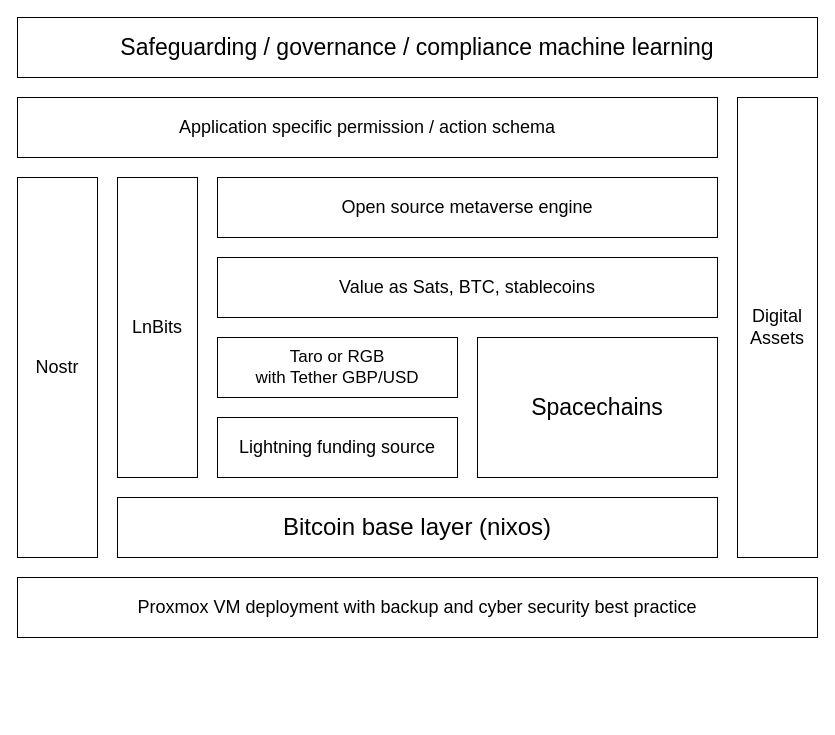
This is Book/Images/HighLevelDiagram.drawio from GMCyberFoundry/Metaverse, a draw.io file, before an edit. Source tidied: cells renumbered, new cells numbered last; positions are measured from the earlier drawing's top-left corner, leaving out a move shared by most shapes. Both pictures are drawn from the tidied source at 100%, with x=0, y=0 at pixel (17, 17).
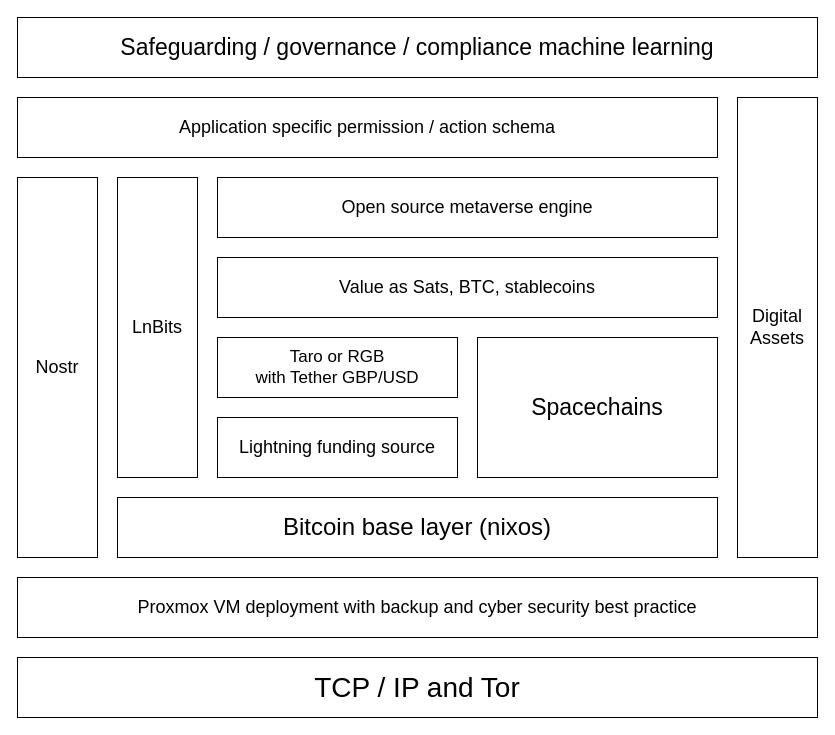
The same diagram, later.

Diff of the diagram source:
```diff
@@
 <mxGraphModel>
   <root>
     <mxCell id="0" />
     <mxCell id="1" parent="0" />
     <mxCell id="2" value="&lt;font style=&quot;font-size: 18px&quot;&gt;Application specific permission / action schema&lt;br&gt;&lt;/font&gt;" style="rounded=0;whiteSpace=wrap;html=1;" parent="1" vertex="1">
       <mxGeometry y="80" width="700" height="60" as="geometry" />
     </mxCell>
     <mxCell id="3" value="Nostr" style="rounded=0;whiteSpace=wrap;html=1;fontSize=18;" parent="1" vertex="1">
       <mxGeometry y="160" width="80" height="380" as="geometry" />
     </mxCell>
     <mxCell id="4" value="LnBits" style="rounded=0;whiteSpace=wrap;html=1;fontSize=18;" parent="1" vertex="1">
       <mxGeometry x="100" y="160" width="80" height="300" as="geometry" />
     </mxCell>
     <mxCell id="5" value="&lt;font style=&quot;font-size: 18px&quot;&gt;Open source metaverse engine&lt;/font&gt;" style="rounded=0;whiteSpace=wrap;html=1;" parent="1" vertex="1">
       <mxGeometry x="200" y="160" width="500" height="60" as="geometry" />
     </mxCell>
     <mxCell id="6" value="&lt;font style=&quot;font-size: 18px&quot;&gt;Value as Sats, BTC, stablecoins&lt;br&gt;&lt;/font&gt;" style="rounded=0;whiteSpace=wrap;html=1;" parent="1" vertex="1">
       <mxGeometry x="200" y="240" width="500" height="60" as="geometry" />
     </mxCell>
     <mxCell id="7" value="&lt;div style=&quot;font-size: 17px;&quot;&gt;&lt;font style=&quot;font-size: 17px;&quot;&gt;Taro or RGB&lt;/font&gt;&lt;/div&gt;&lt;div style=&quot;font-size: 17px;&quot;&gt;&lt;font style=&quot;font-size: 17px;&quot;&gt;with Tether GBP/USD&lt;br&gt;&lt;/font&gt;&lt;/div&gt;" style="rounded=0;whiteSpace=wrap;html=1;" parent="1" vertex="1">
       <mxGeometry x="200" y="320" width="240" height="60" as="geometry" />
     </mxCell>
     <mxCell id="8" value="&lt;font style=&quot;font-size: 18px&quot;&gt;Lightning funding source &lt;/font&gt;" style="rounded=0;whiteSpace=wrap;html=1;" parent="1" vertex="1">
       <mxGeometry x="200" y="400" width="240" height="60" as="geometry" />
     </mxCell>
     <mxCell id="9" value="&lt;font style=&quot;font-size: 24px&quot;&gt;Bitcoin base layer (nixos)&lt;br&gt;&lt;/font&gt;" style="rounded=0;whiteSpace=wrap;html=1;" parent="1" vertex="1">
       <mxGeometry x="100" y="480" width="600" height="60" as="geometry" />
     </mxCell>
     <mxCell id="10" value="&lt;font style=&quot;font-size: 18px&quot;&gt;Proxmox VM deployment with backup and cyber security best practice&lt;/font&gt;" style="rounded=0;whiteSpace=wrap;html=1;" parent="1" vertex="1">
       <mxGeometry y="560" width="800" height="60" as="geometry" />
     </mxCell>
     <mxCell id="11" value="&lt;div&gt;Digital&lt;br&gt;&lt;/div&gt;&lt;div&gt;Assets&lt;/div&gt;" style="rounded=0;whiteSpace=wrap;html=1;fontSize=18;" parent="1" vertex="1">
       <mxGeometry x="720" y="80" width="80" height="460" as="geometry" />
     </mxCell>
     <mxCell id="12" value="&lt;font style=&quot;font-size: 23px;&quot;&gt;Spacechains&lt;/font&gt;" style="rounded=0;whiteSpace=wrap;html=1;" parent="1" vertex="1">
       <mxGeometry x="460" y="320" width="240" height="140" as="geometry" />
     </mxCell>
     <mxCell id="13" value="&lt;font style=&quot;font-size: 23px;&quot;&gt;Safeguarding / governance / compliance machine learning&lt;/font&gt;" style="rounded=0;whiteSpace=wrap;html=1;" parent="1" vertex="1">
       <mxGeometry width="800" height="60" as="geometry" />
     </mxCell>
+    <mxCell id="14" value="&lt;font style=&quot;font-size: 28px;&quot;&gt;TCP / IP and Tor&lt;br&gt;&lt;/font&gt;" style="rounded=0;whiteSpace=wrap;html=1;" parent="1" vertex="1">
+      <mxGeometry y="640" width="800" height="60" as="geometry" />
+    </mxCell>
   </root>
 </mxGraphModel>
```
